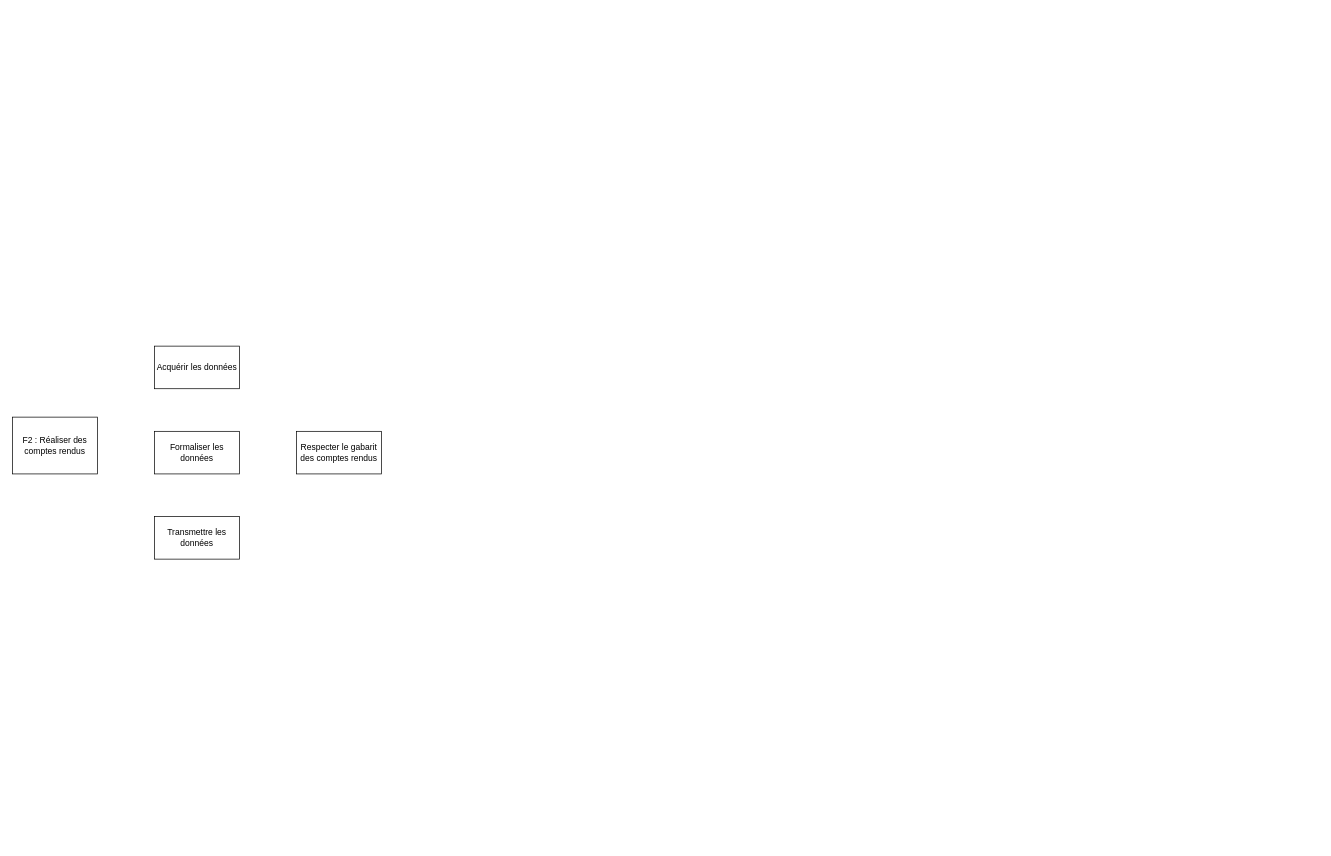
The draw.io diagram Diagrammes/F2 : Réaliser des comptes rendus.drawio in annieliu52/CoHoMa, before the edit. Source tidied: cells renumbered, new cells numbered last; positions are measured from the earlier drawing's top-left corner, leaving out a move shared by most shapes. Both pictures are drawn from the tidied source at 71%, with x=0, y=0 at pixel (12, 346).
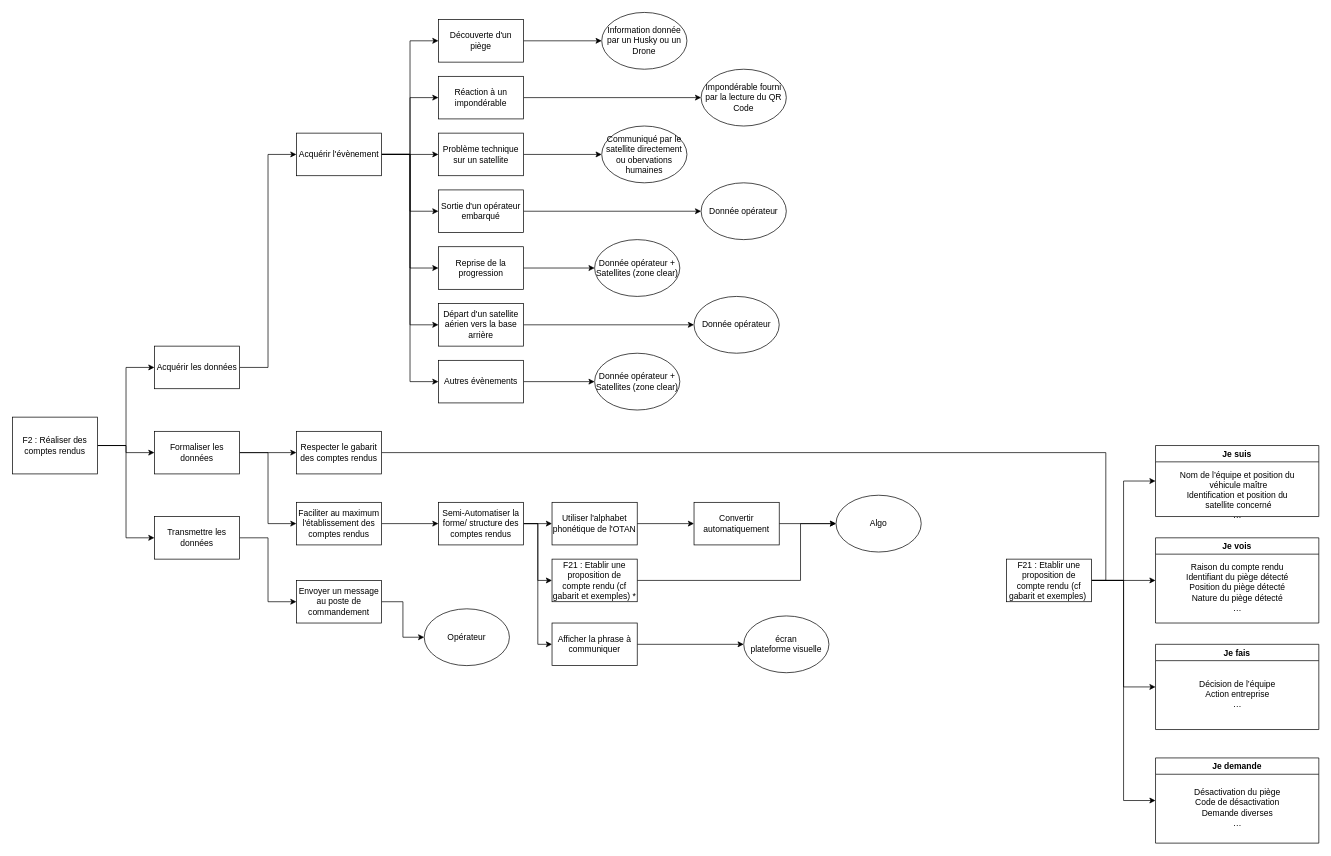
The same page after the edit.

The change refers to these unchanged cells:
```xml
<mxCell id="2" value="F2 : Réaliser des comptes rendus" style="rounded=0;whiteSpace=wrap;html=1;" parent="1" vertex="1">
  <mxGeometry y="100" width="120" height="80" as="geometry" />
</mxCell>
<mxCell id="3" value="Acquérir les données" style="rounded=0;whiteSpace=wrap;html=1;" parent="1" vertex="1">
  <mxGeometry x="200" width="120" height="60" as="geometry" />
</mxCell>
<mxCell id="4" value="Formaliser les données" style="rounded=0;whiteSpace=wrap;html=1;" parent="1" vertex="1">
  <mxGeometry x="200" y="120" width="120" height="60" as="geometry" />
</mxCell>
<mxCell id="5" value="Transmettre les données" style="rounded=0;whiteSpace=wrap;html=1;" parent="1" vertex="1">
  <mxGeometry x="200" y="240" width="120" height="60" as="geometry" />
</mxCell>
<mxCell id="6" value="Respecter le gabarit des comptes rendus" style="rounded=0;whiteSpace=wrap;html=1;" parent="1" vertex="1">
  <mxGeometry x="400" y="120" width="120" height="60" as="geometry" />
</mxCell>
```

The edit, as a diff of the source:
```diff
@@
+    <mxCell id="7" style="edgeStyle=orthogonalEdgeStyle;rounded=0;jettySize=auto;html=1;exitX=1;exitY=0.5;exitDx=0;exitDy=0;entryX=0;entryY=0.5;entryDx=0;entryDy=0;" parent="1" edge="1" source="2" target="3">
+      <mxGeometry relative="1" as="geometry" />
+    </mxCell>
+    <mxCell id="8" style="edgeStyle=orthogonalEdgeStyle;rounded=0;jettySize=auto;html=1;exitX=1;exitY=0.5;exitDx=0;exitDy=0;entryX=0;entryY=0.5;entryDx=0;entryDy=0;" parent="1" edge="1" source="2" target="4">
+      <mxGeometry relative="1" as="geometry" />
+    </mxCell>
+    <mxCell id="9" style="edgeStyle=orthogonalEdgeStyle;rounded=0;jettySize=auto;html=1;exitX=1;exitY=0.5;exitDx=0;exitDy=0;entryX=0;entryY=0.5;entryDx=0;entryDy=0;" parent="1" edge="1" source="2" target="5">
+      <mxGeometry relative="1" as="geometry" />
+    </mxCell>
@@
+    <mxCell id="10" style="edgeStyle=orthogonalEdgeStyle;rounded=0;jettySize=auto;html=1;exitX=1;exitY=0.5;exitDx=0;exitDy=0;entryX=0;entryY=0.5;entryDx=0;entryDy=0;" parent="1" edge="1" source="3" target="22">
+      <mxGeometry relative="1" as="geometry" />
+    </mxCell>
@@
+    <mxCell id="11" style="edgeStyle=orthogonalEdgeStyle;rounded=0;jettySize=auto;html=1;exitX=1;exitY=0.5;exitDx=0;exitDy=0;entryX=0;entryY=0.5;entryDx=0;entryDy=0;" parent="1" edge="1" source="4" target="6">
+      <mxGeometry relative="1" as="geometry" />
+    </mxCell>
+    <mxCell id="12" style="edgeStyle=orthogonalEdgeStyle;rounded=0;jettySize=auto;html=1;exitX=1;exitY=0.5;exitDx=0;exitDy=0;entryX=0;entryY=0.5;entryDx=0;entryDy=0;" parent="1" edge="1" source="4" target="24">
+      <mxGeometry relative="1" as="geometry" />
+    </mxCell>
@@
+    <mxCell id="13" style="edgeStyle=orthogonalEdgeStyle;rounded=0;jettySize=auto;html=1;exitX=1;exitY=0.5;exitDx=0;exitDy=0;entryX=0;entryY=0.5;entryDx=0;entryDy=0;endArrow=classic;endFill=1;" parent="1" edge="1" source="5" target="74">
+      <mxGeometry relative="1" as="geometry" />
+    </mxCell>
@@
+    <mxCell id="14" style="edgeStyle=orthogonalEdgeStyle;rounded=0;jettySize=auto;html=1;exitX=1;exitY=0.5;exitDx=0;exitDy=0;entryX=1;entryY=0.5;entryDx=0;entryDy=0;endArrow=none;endFill=0;" parent="1" edge="1" source="6" target="64">
+      <mxGeometry relative="1" as="geometry" />
+    </mxCell>
@@
+    <mxCell id="15" style="edgeStyle=orthogonalEdgeStyle;rounded=0;jettySize=auto;html=1;exitX=1;exitY=0.5;exitDx=0;exitDy=0;entryX=0;entryY=0.5;entryDx=0;entryDy=0;" parent="1" edge="1" source="22" target="26">
+      <mxGeometry relative="1" as="geometry" />
+    </mxCell>
+    <mxCell id="16" style="edgeStyle=orthogonalEdgeStyle;rounded=0;jettySize=auto;html=1;exitX=1;exitY=0.5;exitDx=0;exitDy=0;entryX=0;entryY=0.5;entryDx=0;entryDy=0;" parent="1" edge="1" source="22" target="28">
+      <mxGeometry relative="1" as="geometry" />
+    </mxCell>
+    <mxCell id="17" style="edgeStyle=orthogonalEdgeStyle;rounded=0;jettySize=auto;html=1;exitX=1;exitY=0.5;exitDx=0;exitDy=0;entryX=0;entryY=0.5;entryDx=0;entryDy=0;" parent="1" edge="1" source="22" target="30">
+      <mxGeometry relative="1" as="geometry" />
+    </mxCell>
+    <mxCell id="18" style="edgeStyle=orthogonalEdgeStyle;rounded=0;jettySize=auto;html=1;exitX=1;exitY=0.5;exitDx=0;exitDy=0;entryX=0;entryY=0.5;entryDx=0;entryDy=0;" parent="1" edge="1" source="22" target="32">
+      <mxGeometry relative="1" as="geometry" />
+    </mxCell>
+    <mxCell id="19" style="edgeStyle=orthogonalEdgeStyle;rounded=0;jettySize=auto;html=1;exitX=1;exitY=0.5;exitDx=0;exitDy=0;entryX=0;entryY=0.5;entryDx=0;entryDy=0;" parent="1" edge="1" source="22" target="34">
+      <mxGeometry relative="1" as="geometry" />
+    </mxCell>
+    <mxCell id="20" style="edgeStyle=orthogonalEdgeStyle;rounded=0;jettySize=auto;html=1;exitX=1;exitY=0.5;exitDx=0;exitDy=0;entryX=0;entryY=0.5;entryDx=0;entryDy=0;" parent="1" edge="1" source="22" target="36">
+      <mxGeometry relative="1" as="geometry" />
+    </mxCell>
+    <mxCell id="21" style="edgeStyle=orthogonalEdgeStyle;rounded=0;jettySize=auto;html=1;exitX=1;exitY=0.5;exitDx=0;exitDy=0;entryX=0;entryY=0.5;entryDx=0;entryDy=0;" parent="1" edge="1" source="22" target="38">
+      <mxGeometry relative="1" as="geometry" />
+    </mxCell>
+    <mxCell id="22" value="Acquérir l'évènement" style="rounded=0;whiteSpace=wrap;html=1;" parent="1" vertex="1">
+      <mxGeometry x="400" y="-300" width="120" height="60" as="geometry" />
+    </mxCell>
+    <mxCell id="23" style="edgeStyle=orthogonalEdgeStyle;rounded=0;jettySize=auto;html=1;exitX=1;exitY=0.5;exitDx=0;exitDy=0;entryX=0;entryY=0.5;entryDx=0;entryDy=0;" parent="1" edge="1" source="24" target="49">
+      <mxGeometry relative="1" as="geometry" />
+    </mxCell>
+    <mxCell id="24" value="Faciliter au maximum l'établissement des comptes rendus" style="rounded=0;whiteSpace=wrap;html=1;" parent="1" vertex="1">
+      <mxGeometry x="400" y="220" width="120" height="60" as="geometry" />
+    </mxCell>
+    <mxCell id="25" style="edgeStyle=orthogonalEdgeStyle;rounded=0;jettySize=auto;html=1;exitX=1;exitY=0.5;exitDx=0;exitDy=0;" parent="1" edge="1" source="26" target="39">
+      <mxGeometry relative="1" as="geometry" />
+    </mxCell>
+    <mxCell id="26" value="Découverte d'un piège" style="rounded=0;whiteSpace=wrap;html=1;" parent="1" vertex="1">
+      <mxGeometry x="600" y="-460" width="120" height="60" as="geometry" />
+    </mxCell>
+    <mxCell id="27" style="edgeStyle=orthogonalEdgeStyle;rounded=0;jettySize=auto;html=1;exitX=1;exitY=0.5;exitDx=0;exitDy=0;entryX=0;entryY=0.5;entryDx=0;entryDy=0;" parent="1" edge="1" source="28" target="40">
+      <mxGeometry relative="1" as="geometry" />
+    </mxCell>
+    <mxCell id="28" value="Réaction à un impondérable" style="rounded=0;whiteSpace=wrap;html=1;" parent="1" vertex="1">
+      <mxGeometry x="600" y="-380" width="120" height="60" as="geometry" />
+    </mxCell>
+    <mxCell id="29" style="edgeStyle=orthogonalEdgeStyle;rounded=0;jettySize=auto;html=1;exitX=1;exitY=0.5;exitDx=0;exitDy=0;entryX=0;entryY=0.5;entryDx=0;entryDy=0;" parent="1" edge="1" source="30" target="41">
+      <mxGeometry relative="1" as="geometry" />
+    </mxCell>
+    <mxCell id="30" value="Problème technique sur un satellite" style="rounded=0;whiteSpace=wrap;html=1;" parent="1" vertex="1">
+      <mxGeometry x="600" y="-300" width="120" height="60" as="geometry" />
+    </mxCell>
+    <mxCell id="31" style="edgeStyle=orthogonalEdgeStyle;rounded=0;jettySize=auto;html=1;exitX=1;exitY=0.5;exitDx=0;exitDy=0;entryX=0;entryY=0.5;entryDx=0;entryDy=0;" parent="1" edge="1" source="32" target="42">
+      <mxGeometry relative="1" as="geometry" />
+    </mxCell>
+    <mxCell id="32" value="Sortie d'un opérateur embarqué" style="rounded=0;whiteSpace=wrap;html=1;" parent="1" vertex="1">
+      <mxGeometry x="600" y="-220" width="120" height="60" as="geometry" />
+    </mxCell>
+    <mxCell id="33" style="edgeStyle=orthogonalEdgeStyle;rounded=0;jettySize=auto;html=1;exitX=1;exitY=0.5;exitDx=0;exitDy=0;entryX=0;entryY=0.5;entryDx=0;entryDy=0;" parent="1" edge="1" source="34" target="43">
+      <mxGeometry relative="1" as="geometry" />
+    </mxCell>
+    <mxCell id="34" value="Reprise de la progression" style="rounded=0;whiteSpace=wrap;html=1;" parent="1" vertex="1">
+      <mxGeometry x="600" y="-140" width="120" height="60" as="geometry" />
+    </mxCell>
+    <mxCell id="35" style="edgeStyle=orthogonalEdgeStyle;rounded=0;jettySize=auto;html=1;exitX=1;exitY=0.5;exitDx=0;exitDy=0;" parent="1" edge="1" source="36" target="44">
+      <mxGeometry relative="1" as="geometry" />
+    </mxCell>
+    <mxCell id="36" value="Départ d'un satellite aérien vers la base arrière" style="rounded=0;whiteSpace=wrap;html=1;" parent="1" vertex="1">
+      <mxGeometry x="600" y="-60" width="120" height="60" as="geometry" />
+    </mxCell>
+    <mxCell id="37" style="edgeStyle=orthogonalEdgeStyle;rounded=0;jettySize=auto;html=1;exitX=1;exitY=0.5;exitDx=0;exitDy=0;entryX=0;entryY=0.5;entryDx=0;entryDy=0;" parent="1" edge="1" source="38" target="45">
+      <mxGeometry relative="1" as="geometry" />
+    </mxCell>
+    <mxCell id="38" value="Autres évènements" style="rounded=0;whiteSpace=wrap;html=1;" parent="1" vertex="1">
+      <mxGeometry x="600" y="20" width="120" height="60" as="geometry" />
+    </mxCell>
+    <mxCell id="39" value="Information donnée par un Husky ou un Drone" style="ellipse;whiteSpace=wrap;html=1;" parent="1" vertex="1">
+      <mxGeometry x="830" y="-470" width="120" height="80" as="geometry" />
+    </mxCell>
+    <mxCell id="40" value="Impondérable fourni par la lecture du QR Code" style="ellipse;whiteSpace=wrap;html=1;" parent="1" vertex="1">
+      <mxGeometry x="970" y="-390" width="120" height="80" as="geometry" />
+    </mxCell>
+    <mxCell id="41" value="Communiqué par le satellite directement ou obervations humaines" style="ellipse;whiteSpace=wrap;html=1;" parent="1" vertex="1">
+      <mxGeometry x="830" y="-310" width="120" height="80" as="geometry" />
+    </mxCell>
+    <mxCell id="42" value="Donnée opérateur" style="ellipse;whiteSpace=wrap;html=1;" parent="1" vertex="1">
+      <mxGeometry x="970" y="-230" width="120" height="80" as="geometry" />
+    </mxCell>
+    <mxCell id="43" value="Donnée opérateur + Satellites (zone clear)" style="ellipse;whiteSpace=wrap;html=1;" parent="1" vertex="1">
+      <mxGeometry x="820" y="-150" width="120" height="80" as="geometry" />
+    </mxCell>
+    <mxCell id="44" value="Donnée opérateur" style="ellipse;whiteSpace=wrap;html=1;" parent="1" vertex="1">
+      <mxGeometry x="960" y="-70" width="120" height="80" as="geometry" />
+    </mxCell>
+    <mxCell id="45" value="Donnée opérateur + Satellites (zone clear)" style="ellipse;whiteSpace=wrap;html=1;" parent="1" vertex="1">
+      <mxGeometry x="820" y="10" width="120" height="80" as="geometry" />
+    </mxCell>
+    <mxCell id="46" style="edgeStyle=orthogonalEdgeStyle;rounded=0;jettySize=auto;html=1;exitX=1;exitY=0.5;exitDx=0;exitDy=0;entryX=0;entryY=0.5;entryDx=0;entryDy=0;" parent="1" edge="1" source="49" target="51">
+      <mxGeometry relative="1" as="geometry" />
+    </mxCell>
+    <mxCell id="47" style="edgeStyle=orthogonalEdgeStyle;rounded=0;jettySize=auto;html=1;exitX=1;exitY=0.5;exitDx=0;exitDy=0;entryX=0;entryY=0.5;entryDx=0;entryDy=0;" parent="1" edge="1" source="49" target="53">
+      <mxGeometry relative="1" as="geometry" />
+    </mxCell>
+    <mxCell id="48" style="edgeStyle=orthogonalEdgeStyle;rounded=0;jettySize=auto;html=1;exitX=1;exitY=0.5;exitDx=0;exitDy=0;entryX=0;entryY=0.5;entryDx=0;entryDy=0;" parent="1" edge="1" source="49" target="55">
+      <mxGeometry relative="1" as="geometry" />
+    </mxCell>
+    <mxCell id="49" value="Semi-Automatiser la forme/ structure des comptes rendus" style="rounded=0;whiteSpace=wrap;html=1;" parent="1" vertex="1">
+      <mxGeometry x="600" y="220" width="120" height="60" as="geometry" />
+    </mxCell>
+    <mxCell id="50" style="edgeStyle=orthogonalEdgeStyle;rounded=0;jettySize=auto;html=1;exitX=1;exitY=0.5;exitDx=0;exitDy=0;entryX=0;entryY=0.5;entryDx=0;entryDy=0;" parent="1" edge="1" source="51" target="58">
+      <mxGeometry relative="1" as="geometry" />
+    </mxCell>
+    <mxCell id="51" value="Utiliser l'alphabet phonétique de l'OTAN" style="rounded=0;whiteSpace=wrap;html=1;" parent="1" vertex="1">
+      <mxGeometry x="760" y="220" width="120" height="60" as="geometry" />
+    </mxCell>
+    <mxCell id="52" style="edgeStyle=orthogonalEdgeStyle;rounded=0;jettySize=auto;html=1;exitX=1;exitY=0.5;exitDx=0;exitDy=0;entryX=0;entryY=0.5;entryDx=0;entryDy=0;" parent="1" edge="1" source="53" target="59">
+      <mxGeometry relative="1" as="geometry">
+        <Array as="points">
+          <mxPoint x="1110" y="330" />
+          <mxPoint x="1110" y="250" />
+        </Array>
+      </mxGeometry>
+    </mxCell>
+    <mxCell id="53" value="F21 : Etablir une proposition de compte rendu (cf gabarit et exemples) *" style="rounded=0;whiteSpace=wrap;html=1;" parent="1" vertex="1">
+      <mxGeometry x="760" y="300" width="120" height="60" as="geometry" />
+    </mxCell>
+    <mxCell id="54" style="edgeStyle=orthogonalEdgeStyle;rounded=0;jettySize=auto;html=1;exitX=1;exitY=0.5;exitDx=0;exitDy=0;entryX=0;entryY=0.5;entryDx=0;entryDy=0;" parent="1" edge="1" source="55" target="56">
+      <mxGeometry relative="1" as="geometry" />
+    </mxCell>
+    <mxCell id="55" value="Afficher la phrase à communiquer" style="rounded=0;whiteSpace=wrap;html=1;" parent="1" vertex="1">
+      <mxGeometry x="760" y="390" width="120" height="60" as="geometry" />
+    </mxCell>
+    <mxCell id="56" value="écran&lt;br&gt;plateforme visuelle" style="ellipse;whiteSpace=wrap;html=1;" parent="1" vertex="1">
+      <mxGeometry x="1030" y="380" width="120" height="80" as="geometry" />
+    </mxCell>
+    <mxCell id="57" style="edgeStyle=orthogonalEdgeStyle;rounded=0;jettySize=auto;html=1;exitX=1;exitY=0.5;exitDx=0;exitDy=0;entryX=0;entryY=0.5;entryDx=0;entryDy=0;" parent="1" edge="1" source="58" target="59">
+      <mxGeometry relative="1" as="geometry" />
+    </mxCell>
+    <mxCell id="58" value="Convertir automatiquement" style="rounded=0;whiteSpace=wrap;html=1;" parent="1" vertex="1">
+      <mxGeometry x="960" y="220" width="120" height="60" as="geometry" />
+    </mxCell>
+    <mxCell id="59" value="Algo" style="ellipse;whiteSpace=wrap;html=1;" parent="1" vertex="1">
+      <mxGeometry x="1160" y="210" width="120" height="80" as="geometry" />
+    </mxCell>
+    <mxCell id="60" style="edgeStyle=orthogonalEdgeStyle;rounded=0;jettySize=auto;html=1;exitX=1;exitY=0.5;exitDx=0;exitDy=0;entryX=0;entryY=0.5;entryDx=0;entryDy=0;" parent="1" edge="1" source="64" target="65">
+      <mxGeometry relative="1" as="geometry" />
+    </mxCell>
+    <mxCell id="61" style="edgeStyle=orthogonalEdgeStyle;rounded=0;jettySize=auto;html=1;exitX=1;exitY=0.5;exitDx=0;exitDy=0;entryX=0;entryY=0.5;entryDx=0;entryDy=0;" parent="1" edge="1" source="64" target="67">
+      <mxGeometry relative="1" as="geometry" />
+    </mxCell>
+    <mxCell id="62" style="edgeStyle=orthogonalEdgeStyle;rounded=0;jettySize=auto;html=1;exitX=1;exitY=0.5;exitDx=0;exitDy=0;entryX=0;entryY=0.5;entryDx=0;entryDy=0;" parent="1" edge="1" source="64" target="69">
+      <mxGeometry relative="1" as="geometry" />
+    </mxCell>
+    <mxCell id="63" style="edgeStyle=orthogonalEdgeStyle;rounded=0;jettySize=auto;html=1;exitX=1;exitY=0.5;exitDx=0;exitDy=0;entryX=0;entryY=0.5;entryDx=0;entryDy=0;" parent="1" edge="1" source="64" target="71">
+      <mxGeometry relative="1" as="geometry" />
+    </mxCell>
+    <mxCell id="64" value="F21 : Etablir une proposition de compte rendu (cf gabarit et exemples)&amp;nbsp;" style="rounded=0;whiteSpace=wrap;html=1;" parent="1" vertex="1">
+      <mxGeometry x="1400" y="300" width="120" height="60" as="geometry" />
+    </mxCell>
+    <mxCell id="65" value="Je suis" style="swimlane;" parent="1" vertex="1">
+      <mxGeometry x="1610" y="140" width="230" height="100" as="geometry" />
+    </mxCell>
+    <mxCell id="66" value="Nom de l’équipe et position du&lt;br&gt;&amp;nbsp;véhicule maître&lt;br&gt;Identification et position du&lt;br&gt;&amp;nbsp;satellite concerné &lt;br&gt;…" style="text;html=1;align=center;verticalAlign=middle;strokeColor=none;fillColor=none;" parent="65" vertex="1">
+      <mxGeometry x="25" y="30" width="180" height="80" as="geometry" />
+    </mxCell>
+    <mxCell id="67" value="Je vois" style="swimlane;" parent="1" vertex="1">
+      <mxGeometry x="1610" y="270" width="230" height="120" as="geometry" />
+    </mxCell>
+    <mxCell id="68" value="Raison du compte rendu&lt;br&gt;Identifiant du piège détecté&lt;br&gt;Position du piège détecté&lt;br&gt;Nature du piège détecté&lt;br&gt;…" style="text;html=1;align=center;verticalAlign=middle;strokeColor=none;fillColor=none;" parent="67" vertex="1">
+      <mxGeometry x="35" y="30" width="160" height="80" as="geometry" />
+    </mxCell>
+    <mxCell id="69" value="Je fais" style="swimlane;" parent="1" vertex="1">
+      <mxGeometry x="1610" y="420" width="230" height="120" as="geometry" />
+    </mxCell>
+    <mxCell id="70" value="Décision de l’équipe&lt;br&gt;Action entreprise&lt;br&gt;…" style="text;html=1;align=center;verticalAlign=middle;strokeColor=none;fillColor=none;" parent="69" vertex="1">
+      <mxGeometry x="55" y="45" width="120" height="50" as="geometry" />
+    </mxCell>
+    <mxCell id="71" value="Je demande" style="swimlane;" parent="1" vertex="1">
+      <mxGeometry x="1610" y="580" width="230" height="120" as="geometry" />
+    </mxCell>
+    <mxCell id="72" value="Désactivation du piège&lt;br/&gt;Code de désactivation&lt;br/&gt;Demande diverses&lt;br/&gt;…" style="text;html=1;align=center;verticalAlign=middle;strokeColor=none;fillColor=none;" parent="71" vertex="1">
+      <mxGeometry x="45" y="40" width="140" height="60" as="geometry" />
+    </mxCell>
+    <mxCell id="73" style="edgeStyle=orthogonalEdgeStyle;rounded=0;jettySize=auto;html=1;exitX=1;exitY=0.5;exitDx=0;exitDy=0;entryX=0;entryY=0.5;entryDx=0;entryDy=0;endArrow=classic;endFill=1;" parent="1" edge="1" source="74" target="75">
+      <mxGeometry relative="1" as="geometry" />
+    </mxCell>
+    <mxCell id="74" value="Envoyer un message au poste de commandement" style="rounded=0;whiteSpace=wrap;html=1;" parent="1" vertex="1">
+      <mxGeometry x="400" y="330" width="120" height="60" as="geometry" />
+    </mxCell>
+    <mxCell id="75" value="Opérateur" style="ellipse;whiteSpace=wrap;html=1;" parent="1" vertex="1">
+      <mxGeometry x="580" y="370" width="120" height="80" as="geometry" />
+    </mxCell>
```
